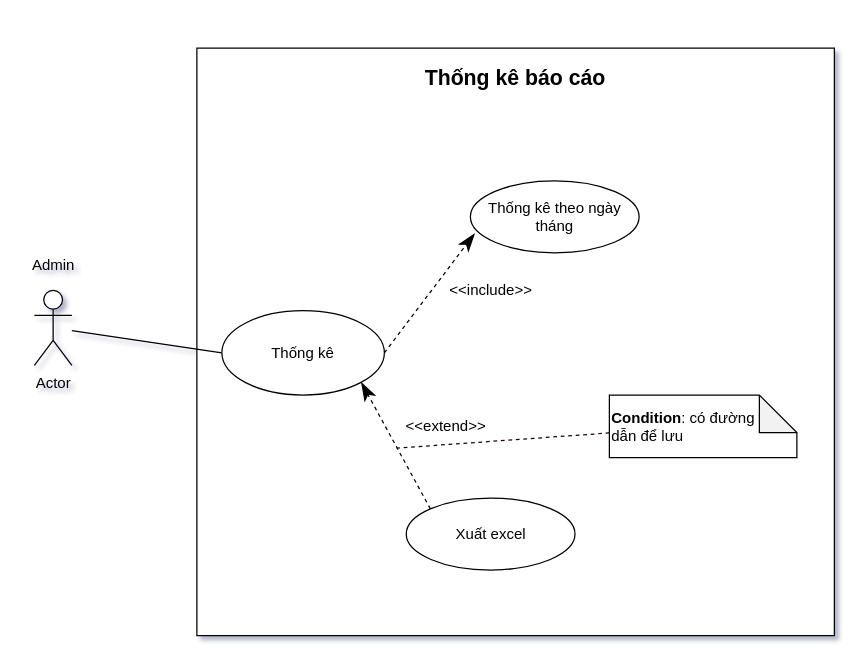
This is Quanlysanpham_thongke/Thống kê/Usecase/Untitled Diagram.drawio from VoHoangDai/CNPM, a draw.io file, before an edit. Source tidied: cells renumbered, new cells numbered last; positions are measured from the earlier drawing's top-left corner, leaving out a move shared by most shapes. Both pictures are drawn from the tidied source at 125%, with x=0, y=0 at pixel (21, 48).
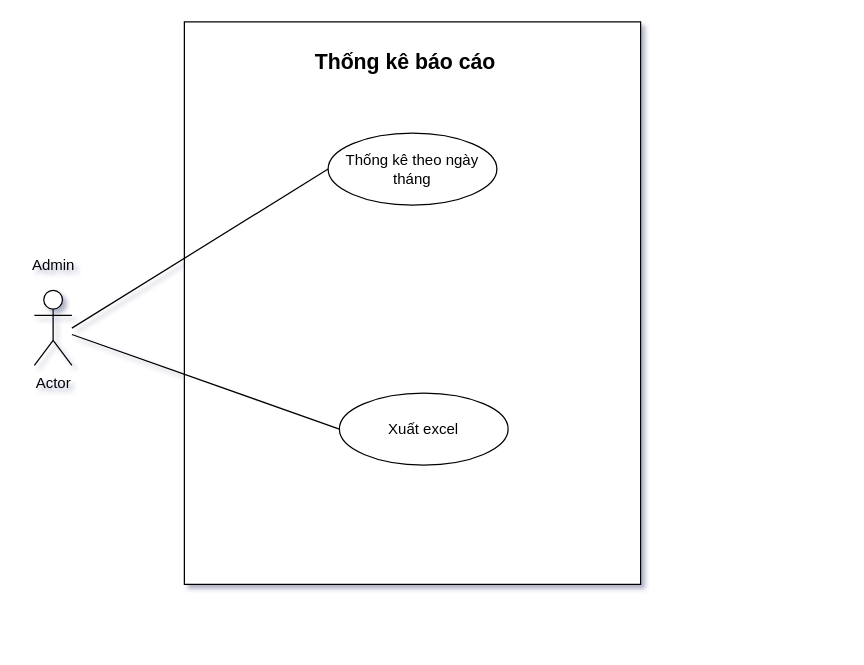
After the change.

Change to the diagram source:
```diff
@@
 <mxGraphModel shadow="1">
   <root>
     <mxCell id="0" />
     <mxCell id="1" parent="0" />
     <mxCell id="2" style="rounded=0;whiteSpace=wrap;html=1;" parent="1" vertex="1">
-      <mxGeometry x="140" width="510" height="470" as="geometry" />
+      <mxGeometry x="130" y="-21" width="365" height="450" as="geometry" />
     </mxCell>
-    <mxCell id="3" style="rounded=0;jettySize=auto;html=1;entryX=0;entryY=0.5;entryDx=0;entryDy=0;endArrow=none;endFill=0;" parent="1" edge="1" source="4" target="5">
+    <mxCell id="3" style="rounded=0;jettySize=auto;html=1;entryX=0;entryY=0.5;entryDx=0;entryDy=0;endArrow=none;endFill=0;" parent="1" edge="1" source="4" target="9">
       <mxGeometry relative="1" as="geometry" />
     </mxCell>
+    <mxCell id="16" style="rounded=0;jettySize=auto;html=1;entryX=0;entryY=0.5;entryDx=0;entryDy=0;endArrow=none;endFill=0;" parent="1" edge="1" target="6">
+      <mxGeometry relative="1" as="geometry">
+        <mxPoint x="40" y="224" as="sourcePoint" />
+      </mxGeometry>
+    </mxCell>
     <mxCell id="4" value="Actor" style="shape=umlActor;verticalLabelPosition=bottom;verticalAlign=top;html=1;outlineConnect=0;" parent="1" vertex="1">
       <mxGeometry x="10" y="193.8" width="30" height="60" as="geometry" />
     </mxCell>
-    <mxCell id="5" value="Thống kê" style="ellipse;whiteSpace=wrap;html=1;" parent="1" vertex="1">
-      <mxGeometry x="160" y="210" width="130" height="67.5" as="geometry" />
-    </mxCell>
     <mxCell id="6" value="Thống kê theo ngày tháng" style="ellipse;whiteSpace=wrap;html=1;" parent="1" vertex="1">
-      <mxGeometry x="358.8" y="106.2" width="135" height="57.5" as="geometry" />
+      <mxGeometry x="245" y="68" width="135" height="57.5" as="geometry" />
     </mxCell>
-    <mxCell id="7" style="endArrow=classicThin;dashed=1;endFill=1;endSize=12;html=1;rounded=0;entryX=0.026;entryY=0.73;entryDx=0;entryDy=0;exitX=1;exitY=0.5;exitDx=0;exitDy=0;entryPerimeter=0;" parent="1" edge="1" source="5" target="6">
-      <mxGeometry relative="1" as="geometry" />
-    </mxCell>
-    <mxCell id="8" value="&amp;lt;&amp;lt;include&amp;gt;&amp;gt;" style="text;html=1;align=center;verticalAlign=middle;strokeColor=none;fillColor=none;" parent="1" vertex="1">
-      <mxGeometry x="335" y="183.8" width="80" height="20" as="geometry" />
-    </mxCell>
     <mxCell id="9" value="Xuất excel" style="ellipse;whiteSpace=wrap;html=1;" parent="1" vertex="1">
-      <mxGeometry x="307.5" y="360" width="135" height="57.5" as="geometry" />
+      <mxGeometry x="254" y="276" width="135" height="57.5" as="geometry" />
     </mxCell>
-    <mxCell id="10" style="endArrow=classicThin;dashed=1;endFill=1;endSize=12;html=1;rounded=0;exitX=0;exitY=0;exitDx=0;exitDy=0;entryX=1;entryY=1;entryDx=0;entryDy=0;" parent="1" edge="1" source="9" target="5">
-      <mxGeometry relative="1" as="geometry" />
-    </mxCell>
-    <mxCell id="11" style="edgeStyle=none;rounded=0;jettySize=auto;html=1;dashed=1;strokeColor=#1C0301;endArrow=none;endFill=0;" parent="1" edge="1" source="12">
-      <mxGeometry relative="1" as="geometry">
-        <mxPoint x="300" y="320" as="targetPoint" />
-      </mxGeometry>
-    </mxCell>
-    <mxCell id="12" value="&lt;b&gt;Condition&lt;/b&gt;: có đường &lt;br&gt;dẫn để lưu" style="shape=note;whiteSpace=wrap;html=1;backgroundOutline=1;darkOpacity=0.05;align=left;" parent="1" vertex="1">
-      <mxGeometry x="470" y="277.5" width="150" height="50" as="geometry" />
-    </mxCell>
     <mxCell id="13" value="&lt;b&gt;&lt;font style=&quot;font-size: 17px&quot;&gt;Thống kê báo cáo&lt;/font&gt;&lt;/b&gt;" style="text;html=1;strokeColor=none;fillColor=none;align=center;verticalAlign=middle;whiteSpace=wrap;rounded=0;" parent="1" vertex="1">
-      <mxGeometry x="306.2" y="10" width="177.5" height="30" as="geometry" />
+      <mxGeometry x="218" y="-3" width="177.5" height="30" as="geometry" />
     </mxCell>
     <mxCell id="14" value="Admin" style="text;html=1;align=center;verticalAlign=middle;strokeColor=none;fillColor=none;" parent="1" vertex="1">
       <mxGeometry y="163.8" width="50" height="20" as="geometry" />
     </mxCell>
-    <mxCell id="15" value="&amp;lt;&amp;lt;extend&amp;gt;&amp;gt;" style="text;html=1;align=center;verticalAlign=middle;strokeColor=none;fillColor=none;" parent="1" vertex="1">
-      <mxGeometry x="298.8" y="292.5" width="80" height="20" as="geometry" />
-    </mxCell>
   </root>
 </mxGraphModel>
```
